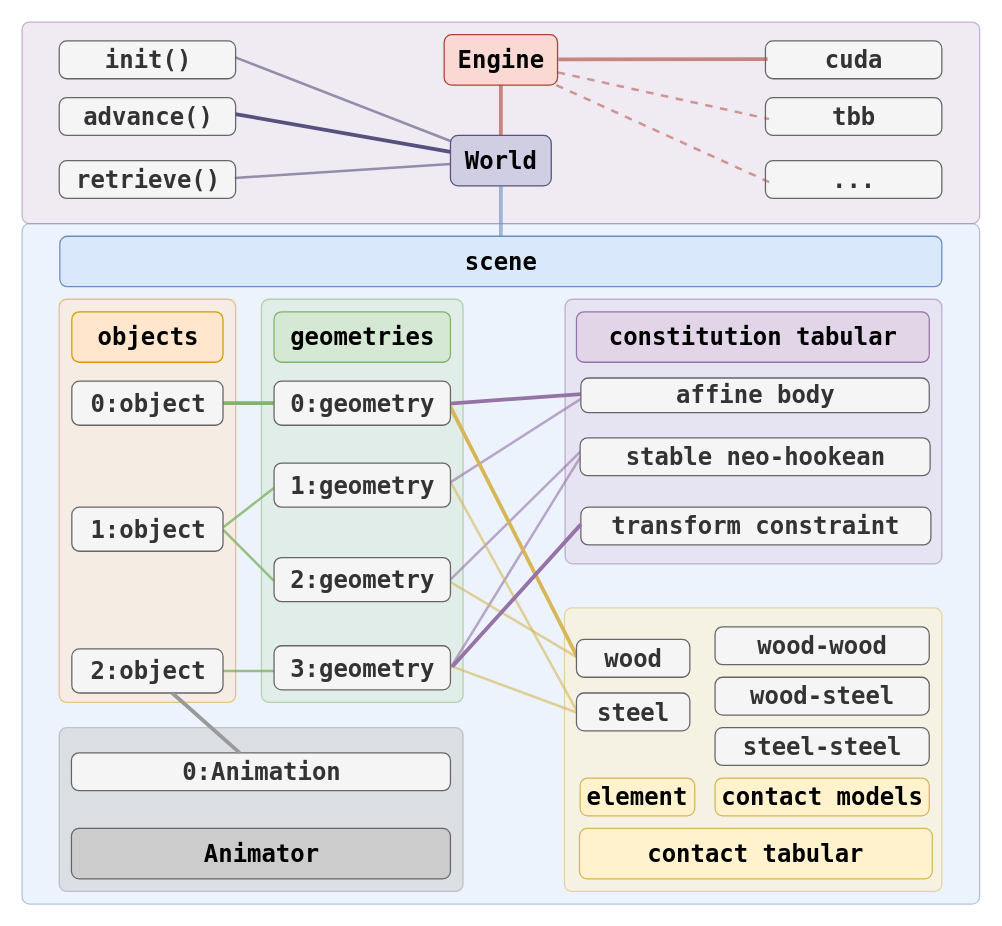
This is docs/tutorial/media/concepts.drawio from spiriMirror/libuipc, a draw.io file, before an edit. Source tidied: cells renumbered, new cells numbered last; positions are measured from the earlier drawing's top-left corner, leaving out a move shared by most shapes. Both pictures are drawn from the tidied source at 126%, with x=0, y=0 at pixel (21, 21).
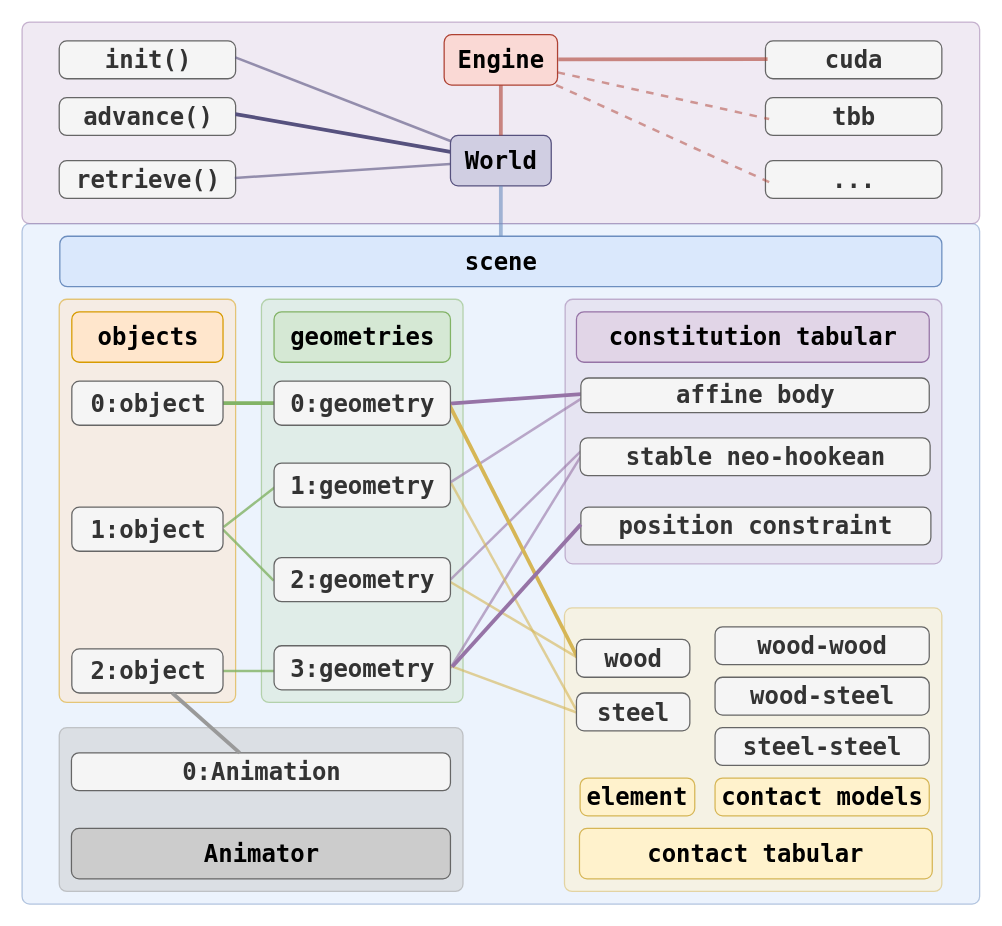
After the change.

Commit message (it also covers changes not shown here):
fix concept-figure problem to avoid confusion

Diff of the diagram source:
```diff
@@
-    <mxCell id="43" value="&lt;span style=&quot;font-size: 19px;&quot;&gt;&lt;b&gt;&lt;font face=&quot;Lucida Console&quot;&gt;transform constraint&lt;br&gt;&lt;/font&gt;&lt;/b&gt;&lt;/span&gt;" style="text;html=1;align=center;verticalAlign=middle;points=[];strokeColor=#666666;fillColor=#f5f5f5;rounded=1;absoluteArcSize=1;arcSize=12;fontColor=#333333;" parent="1" vertex="1">
+    <mxCell id="43" value="&lt;span style=&quot;font-size: 19px;&quot;&gt;&lt;b&gt;&lt;font face=&quot;Lucida Console&quot;&gt;position constraint&lt;br&gt;&lt;/font&gt;&lt;/b&gt;&lt;/span&gt;" style="text;html=1;align=center;verticalAlign=middle;points=[];strokeColor=#666666;fillColor=#f5f5f5;rounded=1;absoluteArcSize=1;arcSize=12;fontColor=#333333;" parent="1" vertex="1">
       <mxGeometry x="443.5" y="385" width="277.8" height="30" as="geometry" />
     </mxCell>
```
